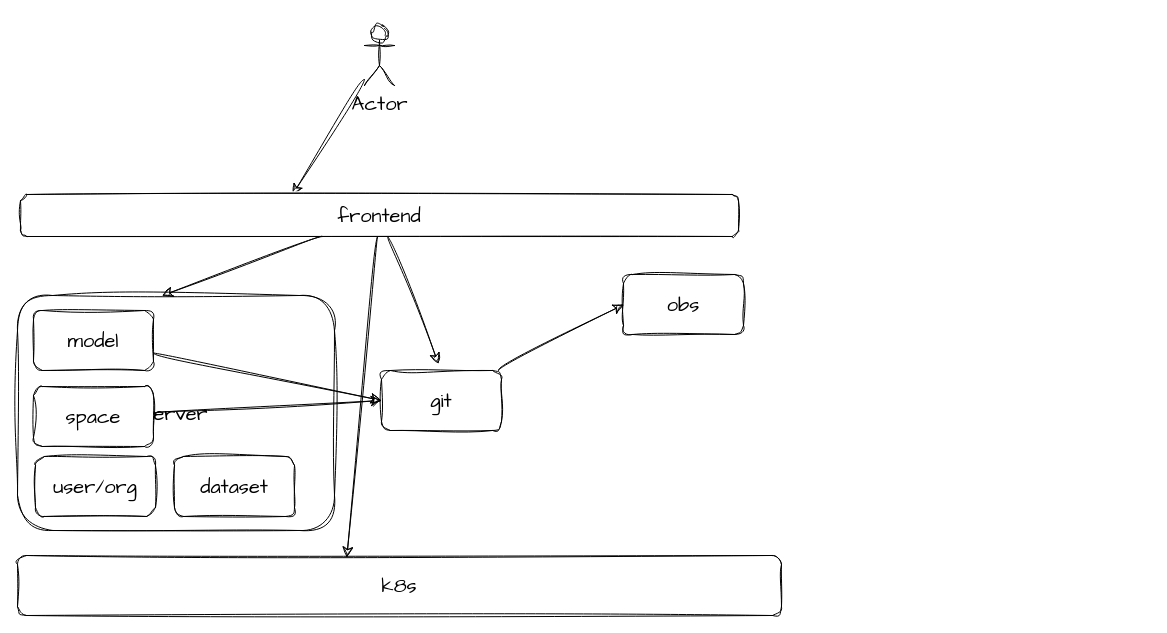
Above: merlin-server.drawio in pkking/mydrawio (draw.io), before the change. Source tidied: cells renumbered, new cells numbered last; positions are measured from the earlier drawing's top-left corner, leaving out a move shared by most shapes. Both pictures are drawn from the tidied source at 100%, with x=0, y=0 at pixel (17, 25).
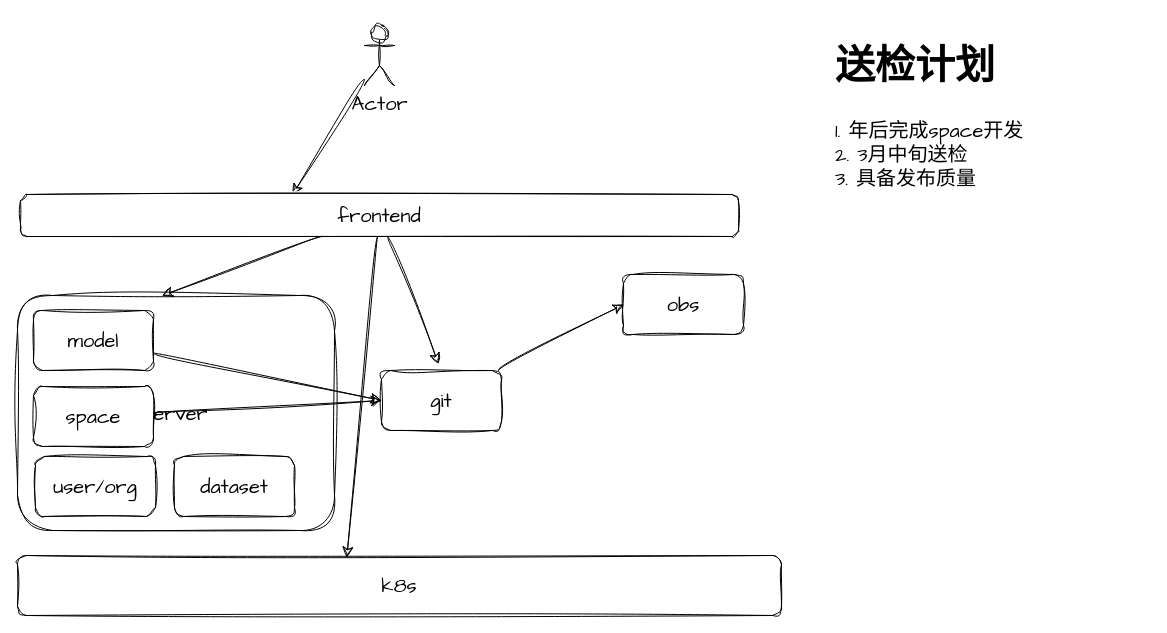
The same page after the edit.

Change to the diagram source:
```diff
@@
 <mxGraphModel>
   <root>
     <mxCell id="0" />
     <mxCell id="1" parent="0" />
     <mxCell id="2" value="server" style="rounded=1;whiteSpace=wrap;html=1;sketch=1;hachureGap=4;jiggle=2;curveFitting=1;fontFamily=Architects Daughter;fontSize=20;" parent="1" vertex="1">
       <mxGeometry y="270" width="317" height="235" as="geometry" />
     </mxCell>
     <mxCell id="3" style="edgeStyle=none;curved=1;rounded=0;sketch=1;hachureGap=4;jiggle=2;curveFitting=1;jettySize=auto;html=1;entryX=0;entryY=0.5;entryDx=0;entryDy=0;fontFamily=Architects Daughter;fontSize=16;startSize=8;endSize=8;" parent="1" edge="1" source="4" target="6">
       <mxGeometry relative="1" as="geometry" />
     </mxCell>
     <mxCell id="4" value="model" style="rounded=1;whiteSpace=wrap;html=1;sketch=1;hachureGap=4;jiggle=2;curveFitting=1;fontFamily=Architects Daughter;fontSize=20;" parent="1" vertex="1">
       <mxGeometry x="16" y="285" width="120" height="60" as="geometry" />
     </mxCell>
     <mxCell id="5" style="edgeStyle=none;curved=1;rounded=0;sketch=1;hachureGap=4;jiggle=2;curveFitting=1;jettySize=auto;html=1;entryX=0;entryY=0.5;entryDx=0;entryDy=0;fontFamily=Architects Daughter;fontSize=16;startSize=8;endSize=8;" parent="1" edge="1" source="6" target="9">
       <mxGeometry relative="1" as="geometry" />
     </mxCell>
     <mxCell id="6" value="git" style="rounded=1;whiteSpace=wrap;html=1;sketch=1;hachureGap=4;jiggle=2;curveFitting=1;fontFamily=Architects Daughter;fontSize=20;" parent="1" vertex="1">
       <mxGeometry x="364" y="345" width="120" height="60" as="geometry" />
     </mxCell>
     <mxCell id="7" style="edgeStyle=none;curved=1;rounded=0;sketch=1;hachureGap=4;jiggle=2;curveFitting=1;jettySize=auto;html=1;entryX=0;entryY=0.5;entryDx=0;entryDy=0;fontFamily=Architects Daughter;fontSize=16;startSize=8;endSize=8;" parent="1" edge="1" source="8" target="6">
       <mxGeometry relative="1" as="geometry" />
     </mxCell>
     <mxCell id="8" value="space" style="rounded=1;whiteSpace=wrap;html=1;sketch=1;hachureGap=4;jiggle=2;curveFitting=1;fontFamily=Architects Daughter;fontSize=20;" parent="1" vertex="1">
       <mxGeometry x="16" y="361" width="120" height="60" as="geometry" />
     </mxCell>
     <mxCell id="9" value="obs" style="rounded=1;whiteSpace=wrap;html=1;sketch=1;hachureGap=4;jiggle=2;curveFitting=1;fontFamily=Architects Daughter;fontSize=20;" parent="1" vertex="1">
       <mxGeometry x="606" y="249" width="120" height="60" as="geometry" />
     </mxCell>
     <mxCell id="10" value="k8s" style="rounded=1;whiteSpace=wrap;html=1;sketch=1;hachureGap=4;jiggle=2;curveFitting=1;fontFamily=Architects Daughter;fontSize=20;" parent="1" vertex="1">
       <mxGeometry y="530" width="764" height="60" as="geometry" />
     </mxCell>
     <mxCell id="11" value="Actor" style="shape=umlActor;verticalLabelPosition=bottom;verticalAlign=top;html=1;outlineConnect=0;sketch=1;hachureGap=4;jiggle=2;curveFitting=1;fontFamily=Architects Daughter;fontSize=20;" parent="1" vertex="1">
       <mxGeometry x="347" width="30" height="60" as="geometry" />
     </mxCell>
     <mxCell id="12" style="edgeStyle=none;curved=1;rounded=0;sketch=1;hachureGap=4;jiggle=2;curveFitting=1;jettySize=auto;html=1;entryX=0.379;entryY=0;entryDx=0;entryDy=0;entryPerimeter=0;fontFamily=Architects Daughter;fontSize=16;startSize=8;endSize=8;" parent="1" edge="1" source="11" target="14">
       <mxGeometry relative="1" as="geometry" />
     </mxCell>
     <mxCell id="13" value="user/org" style="rounded=1;whiteSpace=wrap;html=1;sketch=1;hachureGap=4;jiggle=2;curveFitting=1;fontFamily=Architects Daughter;fontSize=20;" parent="1" vertex="1">
       <mxGeometry x="18" y="431" width="120" height="60" as="geometry" />
     </mxCell>
     <mxCell id="14" value="frontend" style="rounded=1;whiteSpace=wrap;html=1;sketch=1;hachureGap=4;jiggle=2;curveFitting=1;fontFamily=Architects Daughter;fontSize=20;" parent="1" vertex="1">
       <mxGeometry x="3" y="169" width="718" height="42" as="geometry" />
     </mxCell>
     <mxCell id="15" style="edgeStyle=none;curved=1;rounded=0;sketch=1;hachureGap=4;jiggle=2;curveFitting=1;jettySize=auto;html=1;entryX=0.457;entryY=0;entryDx=0;entryDy=0;entryPerimeter=0;fontFamily=Architects Daughter;fontSize=16;startSize=8;endSize=8;" parent="1" edge="1" source="14" target="2">
       <mxGeometry relative="1" as="geometry" />
     </mxCell>
     <mxCell id="16" style="edgeStyle=none;curved=1;rounded=0;sketch=1;hachureGap=4;jiggle=2;curveFitting=1;jettySize=auto;html=1;entryX=0.475;entryY=-0.117;entryDx=0;entryDy=0;entryPerimeter=0;fontFamily=Architects Daughter;fontSize=16;startSize=8;endSize=8;" parent="1" edge="1" source="14" target="6">
       <mxGeometry relative="1" as="geometry" />
     </mxCell>
     <mxCell id="17" style="edgeStyle=none;curved=1;rounded=0;sketch=1;hachureGap=4;jiggle=2;curveFitting=1;jettySize=auto;html=1;entryX=0.431;entryY=0.033;entryDx=0;entryDy=0;entryPerimeter=0;fontFamily=Architects Daughter;fontSize=16;startSize=8;endSize=8;" parent="1" edge="1" source="14" target="10">
       <mxGeometry relative="1" as="geometry" />
     </mxCell>
     <mxCell id="18" value="dataset" style="rounded=1;whiteSpace=wrap;html=1;sketch=1;hachureGap=4;jiggle=2;curveFitting=1;fontFamily=Architects Daughter;fontSize=20;" parent="1" vertex="1">
       <mxGeometry x="157" y="431" width="120" height="60" as="geometry" />
     </mxCell>
+    <mxCell id="19" value="&lt;h1&gt;送检计划&lt;/h1&gt;&lt;div&gt;1. 年后完成space开发&lt;/div&gt;&lt;div&gt;2. 3月中旬送检&lt;/div&gt;&lt;div&gt;3. 具备发布质量&lt;/div&gt;" style="text;html=1;strokeColor=none;fillColor=none;spacing=5;spacingTop=-20;whiteSpace=wrap;overflow=hidden;rounded=0;fontSize=20;fontFamily=Architects Daughter;" parent="1" vertex="1">
+      <mxGeometry x="813" y="2" width="319" height="265" as="geometry" />
+    </mxCell>
   </root>
 </mxGraphModel>
```
